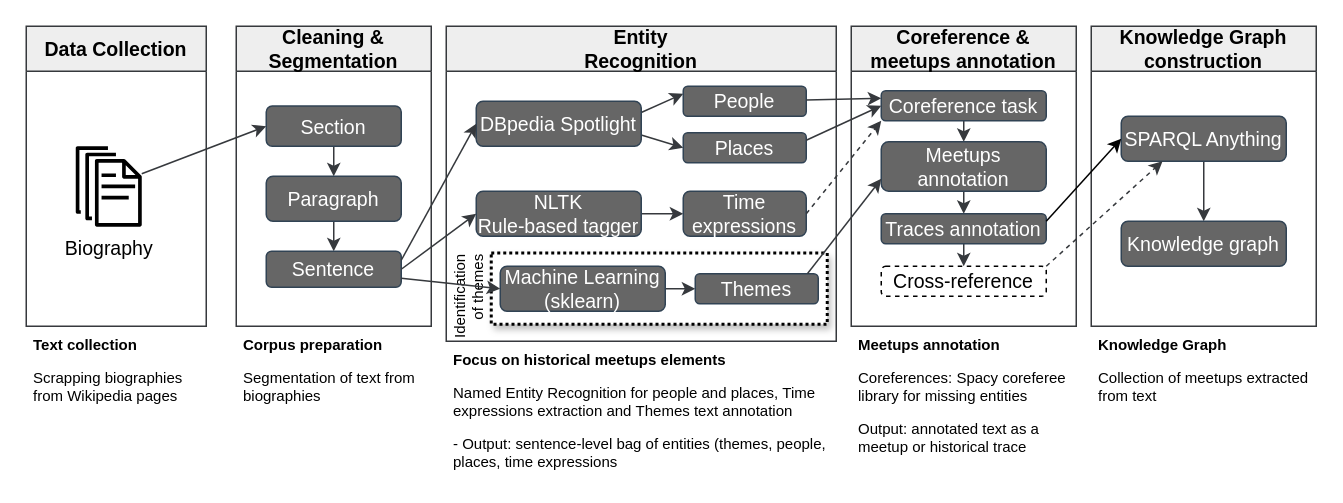
polifonia-project/meetups-knowledge-graph keeps this draw.io diagram as page "pipeline" (1 of 2) of meetups-pipeline.drawio. Above is the earlier version. Source tidied: cells renumbered, new cells numbered last; positions are measured from the earlier drawing's top-left corner, leaving out a move shared by most shapes. Both pictures are drawn from the tidied source at 150%, with x=0, y=0 at pixel (26, 26).
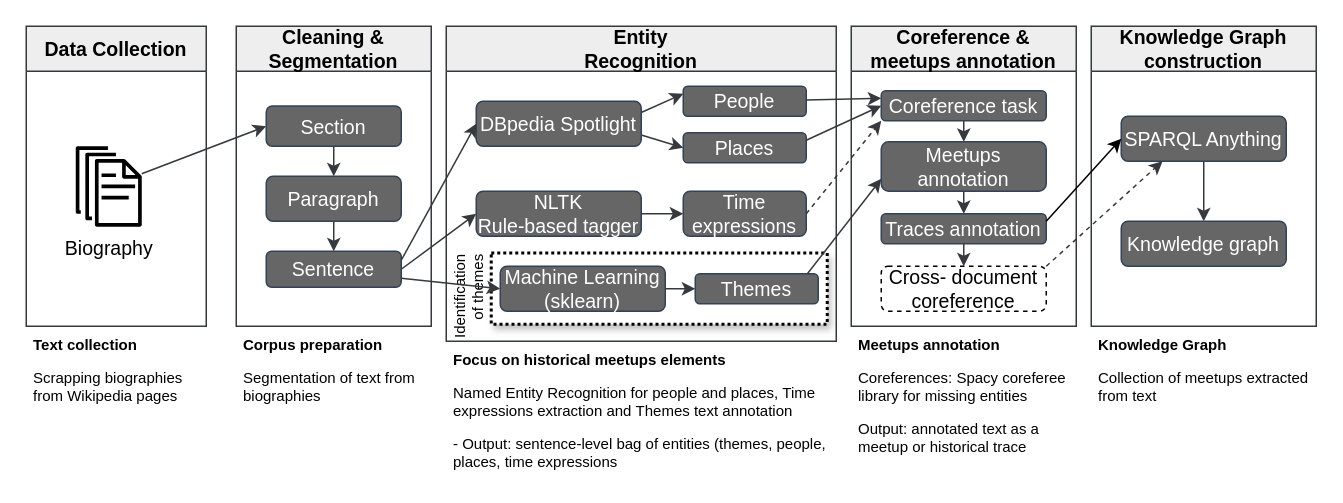
Above is the later version.

Unchanged cells that the change refers to:
```xml
<mxCell id="24" value="Coreference &amp; &#10;meetups annotation" style="swimlane;startSize=30;fillColor=#eeeeee;strokeColor=#36393d;fontSize=13;" parent="1" vertex="1">
  <mxGeometry x="550" width="150" height="200" as="geometry" />
</mxCell>
```

The edit, as a diff of the source:
```diff
@@
-    <mxCell id="31" value="Cross-reference" style="rounded=1;whiteSpace=wrap;html=1;fontSize=13;dashed=1;" parent="24" vertex="1">
-      <mxGeometry x="20" y="160" width="110" height="20" as="geometry" />
+    <mxCell id="31" value="Cross- document coreference" style="rounded=1;whiteSpace=wrap;html=1;fontSize=13;dashed=1;" parent="24" vertex="1">
+      <mxGeometry x="20" y="160" width="110" height="30" as="geometry" />
     </mxCell>
```
